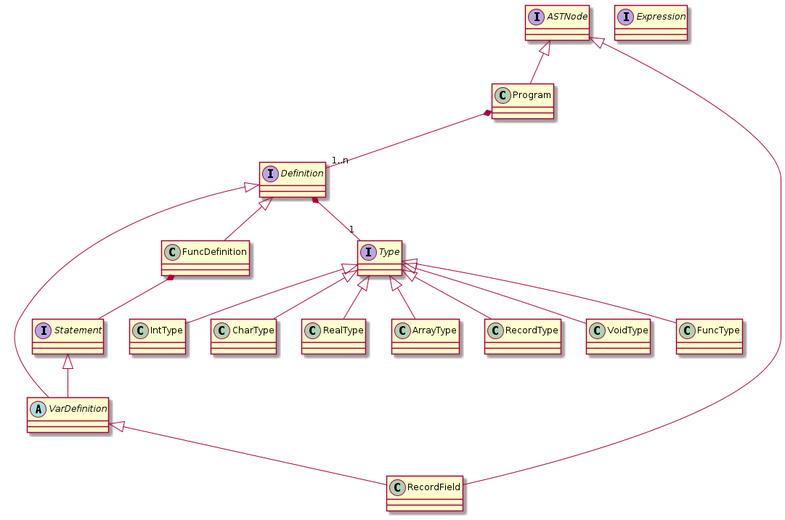
Above: docs/diagrams/ASTBase.png in aitorllanos99/dlp-2020-2021 (PlantUML), before the change.
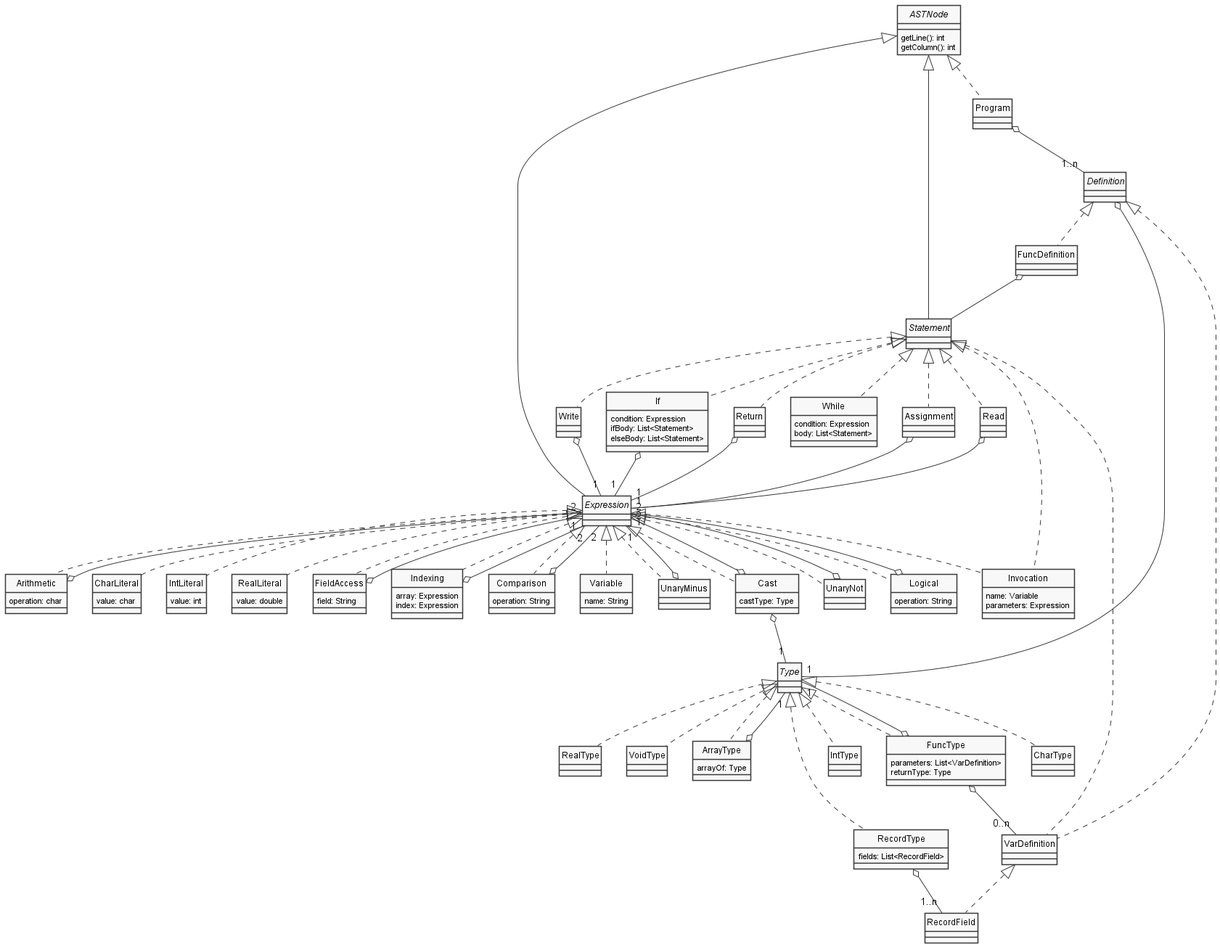
The same diagram one commit later.

Commit message:
Finish AST

The edit, as a diff of the source:
```diff
@@ -1,11 +1,16 @@
 @startuml ASTBase
+skinparam style strictuml
+skinparam monochrome true
 
-interface ASTNode
+interface ASTNode {
+    getLine(): int
+    getColumn(): int
+}
 
 class Program
 
 interface Definition
-abstract class VarDefinition
+class VarDefinition
 class FuncDefinition
 
 class RecordField
@@ -15,30 +20,140 @@
 interface Expression
 
 class IntType
+class CharType
+class RealType
+class VoidType
+class ArrayType {
+    arrayOf: Type
+}
+class RecordType {
+    fields: List<RecordField>
+}
+
+class FuncType {
+    parameters: List<VarDefinition>
+    returnType: Type
+}
+
+class While {
+    condition: Expression
+    body: List<Statement>
+}
+class If {
+    condition: Expression
+    ifBody: List<Statement>
+    elseBody: List<Statement>
+}
+class Return
+class Invocation {
+    name: Variable
+    parameters: Expression
+}
+class Assignment
+class Read
+class Write
+
+class Cast {
+    castType: Type
+}
+class UnaryMinus
+class UnaryNot
+class Logical {
+    operation: String
+}
+class Arithmetic {
+    operation: char
+}
+class CharLiteral {
+    value: char
+}
+class IntLiteral {
+    value: int
+}
+class RealLiteral {
+    value: double
+}
+class FieldAccess {
+    field: String
+}
+class Indexing {
+    array: Expression
+    index: Expression
+}
+class Comparison {
+    operation: String
+}
+class Variable {
+    name: String
+}
+
+ASTNode <|.. Program
+
+Definition <|.. VarDefinition
+Definition <|.. FuncDefinition
+Definition o-- "1" Type
+
+Program o-- "1..n" Definition
+
+VarDefinition <|.. RecordField
+
+FuncDefinition o-- Statement
+
+Statement <|.. VarDefinition
+
+Type <|.. IntType
+Type <|.. CharType
+Type <|.. RealType
+Type <|.. ArrayType
+Type <|.. RecordType
+Type <|.. VoidType
+Type <|.. FuncType
+
+ArrayType o-- "1" Type
+RecordType o-- "1..n" RecordField
+FuncType o-- "1" Type
+FuncType o-- "0..n" VarDefinition
+
+ASTNode <|-- Expression
+Expression <|.. Cast
+Expression <|.. UnaryMinus
+Expression <|.. UnaryNot
+Expression <|.. Variable
+Expression <|.. Logical
+Expression <|.. Arithmetic
+Expression <|.. Comparison
+Expression <|.. CharLiteral
+Expression <|.. IntLiteral
+Expression <|.. RealLiteral
+Expression <|.. FieldAccess
+Expression <|.. Indexing
+Expression <|.. Invocation
 
 
-ASTNode <|-- Program
-ASTNode <|-- RecordField
+ASTNode <|-- Statement
+Statement <|.. Invocation
+Statement <|.. While
+Statement <|.. If
+Statement <|.. Return
+Statement <|.. Assignment
+Statement <|.. Read
+Statement <|.. Write
+
+Cast o-- Expression
+Cast o-- "1" Type
+UnaryMinus o-- "1" Expression
+UnaryNot o-- "1" Expression
+Logical o-- "2" Expression
+Arithmetic o-- "2" Expression
+Comparison o-- "2" Expression
+FieldAccess o-- "1" Expression
+Indexing o-- "2" Expression
 
 
-Definition <|-- VarDefinition
-Definition <|-- FuncDefinition
-Definition *-- "1" Type
-
-Program *-- "1..n" Definition
-
-VarDefinition <|-- RecordField
-
-FuncDefinition *-- Statement
-
-Statement <|-- VarDefinition
-
-Type <|-- IntType
-Type <|-- CharType
-Type <|-- RealType
-Type <|-- ArrayType
-Type <|-- RecordType
-Type <|-- VoidType
-Type <|-- FuncType
+If o-- "1" Expression
+Return o-- "1" Expression
+Assignment o-- "2" Expression
+Read o-- "1" Expression
+Write o-- "1" Expression
 
 @enduml
```
